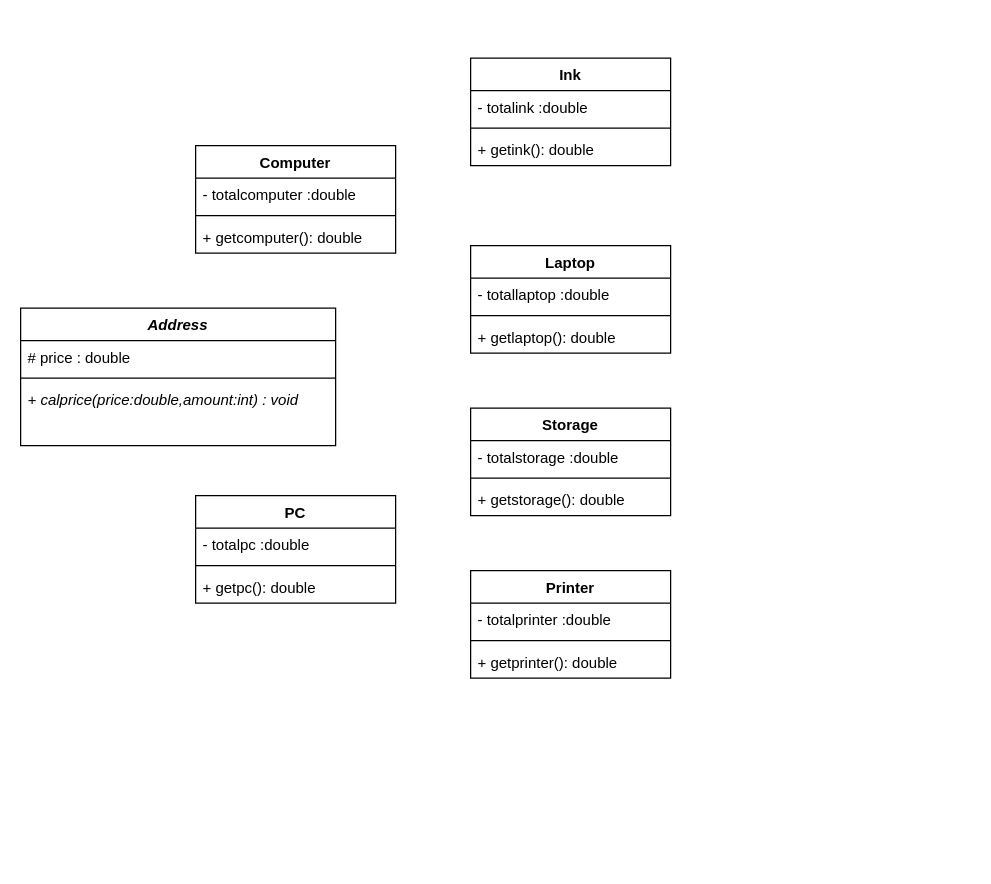
This is final2.drawio from Najmi540/Week2ClassDiagram, a draw.io file, before an edit. Source tidied: cells renumbered, new cells numbered last; positions are measured from the earlier drawing's top-left corner, leaving out a move shared by most shapes. Both pictures are drawn from the tidied source at 125%, with x=0, y=0 at pixel (20, 58).
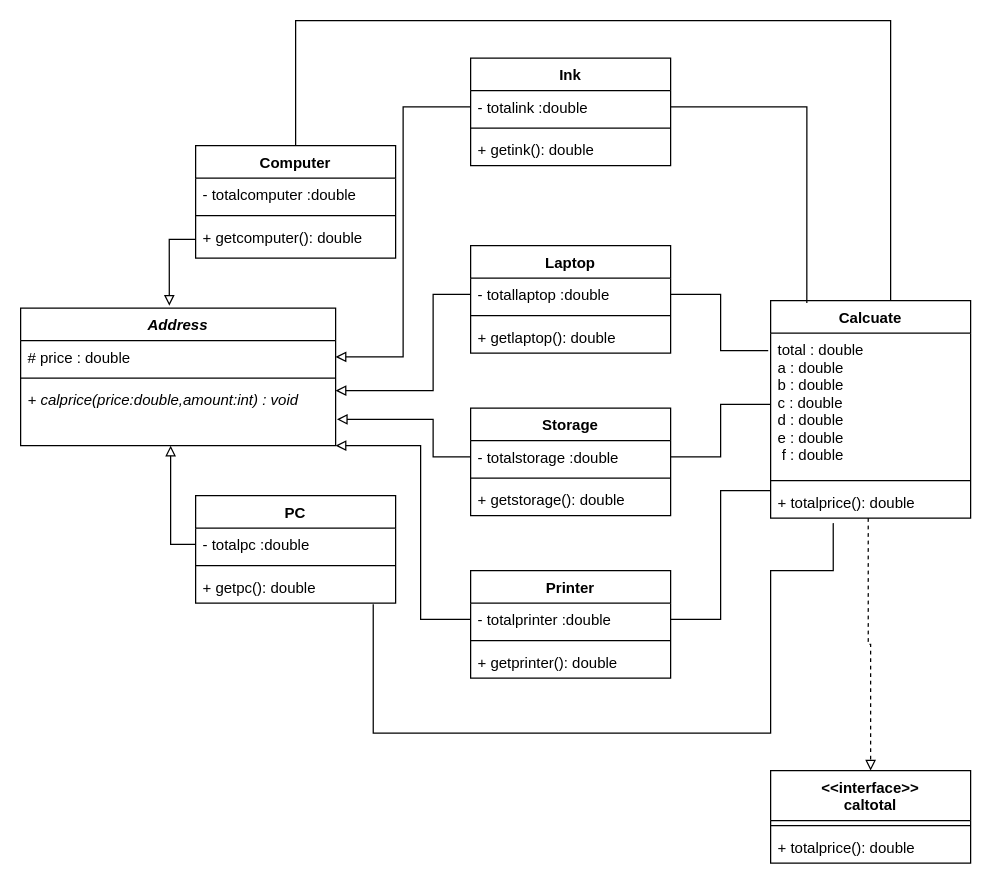
After the change.

Unchanged cells that the change refers to:
```xml
<mxCell id="2" value="Address" style="swimlane;fontStyle=3;align=center;verticalAlign=top;horizontal=1;startSize=26;rounded=0;shadow=0;strokeWidth=1;" parent="1" vertex="1">
  <mxGeometry y="200" width="252" height="110" as="geometry" />
</mxCell>
<mxCell id="3" value="# price : double" style="text;align=left;verticalAlign=top;spacingLeft=4;spacingRight=4;overflow=hidden;points=[[0,0.5],[1,0.5]];portConstraint=eastwest;" parent="2" vertex="1">
  <mxGeometry y="26" width="252" height="26" as="geometry" />
</mxCell>
<mxCell id="5" value="+ calprice(price:double,amount:int) : void" style="text;align=left;verticalAlign=top;spacingLeft=4;spacingRight=4;overflow=hidden;points=[[0,0.5],[1,0.5]];portConstraint=eastwest;fontStyle=2;" parent="2" vertex="1">
  <mxGeometry y="60" width="252" height="26" as="geometry" />
</mxCell>
<mxCell id="7" value="- totalstorage :double" style="text;strokeColor=none;fillColor=none;align=left;verticalAlign=top;spacingLeft=4;spacingRight=4;overflow=hidden;points=[[0,0.5],[1,0.5]];portConstraint=eastwest;" parent="6" vertex="1">
  <mxGeometry y="26" width="160" height="26" as="geometry" />
</mxCell>
<mxCell id="11" value="- totallaptop :double" style="text;strokeColor=none;fillColor=none;align=left;verticalAlign=top;spacingLeft=4;spacingRight=4;overflow=hidden;points=[[0,0.5],[1,0.5]];portConstraint=eastwest;" parent="10" vertex="1">
  <mxGeometry y="26" width="160" height="26" as="geometry" />
</mxCell>
<mxCell id="15" value="- totalprinter :double" style="text;strokeColor=none;fillColor=none;align=left;verticalAlign=top;spacingLeft=4;spacingRight=4;overflow=hidden;points=[[0,0.5],[1,0.5]];portConstraint=eastwest;" parent="14" vertex="1">
  <mxGeometry y="26" width="160" height="26" as="geometry" />
</mxCell>
<mxCell id="19" value="- totalink :double" style="text;strokeColor=none;fillColor=none;align=left;verticalAlign=top;spacingLeft=4;spacingRight=4;overflow=hidden;points=[[0,0.5],[1,0.5]];portConstraint=eastwest;" parent="18" vertex="1">
  <mxGeometry y="26" width="160" height="26" as="geometry" />
</mxCell>
<mxCell id="23" value="- totalpc :double" style="text;strokeColor=none;fillColor=none;align=left;verticalAlign=top;spacingLeft=4;spacingRight=4;overflow=hidden;points=[[0,0.5],[1,0.5]];portConstraint=eastwest;" parent="22" vertex="1">
  <mxGeometry y="26" width="160" height="26" as="geometry" />
</mxCell>
<mxCell id="25" value="+ getpc(): double" style="text;strokeColor=none;fillColor=none;align=left;verticalAlign=top;spacingLeft=4;spacingRight=4;overflow=hidden;points=[[0,0.5],[1,0.5]];portConstraint=eastwest;" parent="22" vertex="1">
  <mxGeometry y="60" width="160" height="26" as="geometry" />
</mxCell>
```

What changed in the source:
```diff
@@
+    <mxCell id="30" style="edgeStyle=orthogonalEdgeStyle;rounded=0;jettySize=auto;html=1;exitX=0.5;exitY=0;exitDx=0;exitDy=0;entryX=0.6;entryY=0.006;entryDx=0;entryDy=0;entryPerimeter=0;endArrow=none;endFill=0;" parent="1" edge="1" source="26" target="37">
+      <mxGeometry relative="1" as="geometry">
+        <Array as="points">
+          <mxPoint x="220" y="-30" />
+          <mxPoint x="696" y="-30" />
+        </Array>
+      </mxGeometry>
+    </mxCell>
     <mxCell id="26" value="Computer" style="swimlane;fontStyle=1;align=center;verticalAlign=top;horizontal=1;startSize=26;" parent="1" vertex="1">
-      <mxGeometry x="140" y="70" width="160" height="86" as="geometry" />
+      <mxGeometry x="140" y="70" width="160" height="90" as="geometry" />
     </mxCell>
@@
     <mxCell id="29" value="+ getcomputer(): double" style="text;strokeColor=none;fillColor=none;align=left;verticalAlign=top;spacingLeft=4;spacingRight=4;overflow=hidden;points=[[0,0.5],[1,0.5]];portConstraint=eastwest;" parent="26" vertex="1">
-      <mxGeometry y="60" width="160" height="26" as="geometry" />
+      <mxGeometry y="60" width="160" height="30" as="geometry" />
     </mxCell>
+    <mxCell id="31" style="edgeStyle=orthogonalEdgeStyle;rounded=0;jettySize=auto;html=1;exitX=0;exitY=0.5;exitDx=0;exitDy=0;entryX=0.472;entryY=-0.018;entryDx=0;entryDy=0;entryPerimeter=0;endArrow=block;endFill=0;" parent="1" edge="1" source="29" target="2">
+      <mxGeometry relative="1" as="geometry" />
+    </mxCell>
+    <mxCell id="32" style="edgeStyle=orthogonalEdgeStyle;rounded=0;jettySize=auto;html=1;exitX=0;exitY=0.5;exitDx=0;exitDy=0;endArrow=block;endFill=0;" parent="1" edge="1" source="23">
+      <mxGeometry relative="1" as="geometry">
+        <mxPoint x="120" y="310" as="targetPoint" />
+      </mxGeometry>
+    </mxCell>
+    <mxCell id="33" style="edgeStyle=orthogonalEdgeStyle;rounded=0;jettySize=auto;html=1;exitX=0;exitY=0.5;exitDx=0;exitDy=0;entryX=1;entryY=0.231;entryDx=0;entryDy=0;entryPerimeter=0;endArrow=block;endFill=0;" parent="1" edge="1" source="11" target="5">
+      <mxGeometry relative="1" as="geometry">
+        <Array as="points">
+          <mxPoint x="330" y="189" />
+          <mxPoint x="330" y="266" />
+        </Array>
+      </mxGeometry>
+    </mxCell>
+    <mxCell id="34" style="edgeStyle=orthogonalEdgeStyle;rounded=0;jettySize=auto;html=1;exitX=0;exitY=0.5;exitDx=0;exitDy=0;endArrow=block;endFill=0;" parent="1" edge="1" source="19" target="3">
+      <mxGeometry relative="1" as="geometry" />
+    </mxCell>
+    <mxCell id="35" style="edgeStyle=orthogonalEdgeStyle;rounded=0;jettySize=auto;html=1;exitX=0;exitY=0.5;exitDx=0;exitDy=0;entryX=1.004;entryY=1.115;entryDx=0;entryDy=0;entryPerimeter=0;endArrow=block;endFill=0;" parent="1" edge="1" source="7" target="5">
+      <mxGeometry relative="1" as="geometry">
+        <Array as="points">
+          <mxPoint x="330" y="319" />
+          <mxPoint x="330" y="289" />
+        </Array>
+      </mxGeometry>
+    </mxCell>
+    <mxCell id="36" style="edgeStyle=orthogonalEdgeStyle;rounded=0;jettySize=auto;html=1;exitX=0;exitY=0.5;exitDx=0;exitDy=0;entryX=1;entryY=1;entryDx=0;entryDy=0;endArrow=block;endFill=0;" parent="1" edge="1" source="15" target="2">
+      <mxGeometry relative="1" as="geometry">
+        <Array as="points">
+          <mxPoint x="320" y="449" />
+          <mxPoint x="320" y="310" />
+        </Array>
+      </mxGeometry>
+    </mxCell>
+    <mxCell id="37" value="Calcuate" style="swimlane;fontStyle=1;align=center;verticalAlign=top;horizontal=1;startSize=26;" parent="1" vertex="1">
+      <mxGeometry x="600" y="194" width="160" height="174" as="geometry" />
+    </mxCell>
+    <mxCell id="38" value="total : double&#10;a : double&#10;b : double&#10;c : double&#10;d : double&#10;e : double&#10; f : double" style="text;strokeColor=none;fillColor=none;align=left;verticalAlign=top;spacingLeft=4;spacingRight=4;overflow=hidden;points=[[0,0.5],[1,0.5]];portConstraint=eastwest;" parent="37" vertex="1">
+      <mxGeometry y="26" width="160" height="114" as="geometry" />
+    </mxCell>
+    <mxCell id="39" style="line;strokeWidth=1;fillColor=none;align=left;verticalAlign=middle;spacingTop=-1;spacingLeft=3;spacingRight=3;labelPosition=right;" parent="37" vertex="1">
+      <mxGeometry y="140" width="160" height="8" as="geometry" />
+    </mxCell>
+    <mxCell id="40" value="+ totalprice(): double" style="text;strokeColor=none;fillColor=none;align=left;verticalAlign=top;spacingLeft=4;spacingRight=4;overflow=hidden;points=[[0,0.5],[1,0.5]];portConstraint=eastwest;" parent="37" vertex="1">
+      <mxGeometry y="148" width="160" height="26" as="geometry" />
+    </mxCell>
+    <mxCell id="41" value="&lt;&lt;interface&gt;&gt;&#10;caltotal" style="swimlane;fontStyle=1;align=center;verticalAlign=top;horizontal=1;startSize=40;" parent="1" vertex="1">
+      <mxGeometry x="600" y="570" width="160" height="74" as="geometry" />
+    </mxCell>
+    <mxCell id="42" style="line;strokeWidth=1;fillColor=none;align=left;verticalAlign=middle;spacingTop=-1;spacingLeft=3;spacingRight=3;labelPosition=right;" parent="41" vertex="1">
+      <mxGeometry y="40" width="160" height="8" as="geometry" />
+    </mxCell>
+    <mxCell id="43" value="+ totalprice(): double" style="text;strokeColor=none;fillColor=none;align=left;verticalAlign=top;spacingLeft=4;spacingRight=4;overflow=hidden;" parent="41" vertex="1">
+      <mxGeometry y="48" width="160" height="26" as="geometry" />
+    </mxCell>
+    <mxCell id="44" style="edgeStyle=orthogonalEdgeStyle;rounded=0;jettySize=auto;html=1;exitX=0.488;exitY=1;exitDx=0;exitDy=0;entryX=0.5;entryY=0;entryDx=0;entryDy=0;endArrow=block;endFill=0;exitPerimeter=0;dashed=1;" parent="1" edge="1" source="40" target="41">
+      <mxGeometry relative="1" as="geometry" />
+    </mxCell>
+    <mxCell id="45" style="edgeStyle=orthogonalEdgeStyle;rounded=0;jettySize=auto;html=1;exitX=1;exitY=0.5;exitDx=0;exitDy=0;entryX=-0.012;entryY=0.123;entryDx=0;entryDy=0;entryPerimeter=0;endArrow=none;endFill=0;" parent="1" edge="1" source="11" target="38">
+      <mxGeometry relative="1" as="geometry" />
+    </mxCell>
+    <mxCell id="46" style="edgeStyle=orthogonalEdgeStyle;rounded=0;jettySize=auto;html=1;exitX=1;exitY=0.5;exitDx=0;exitDy=0;entryX=0;entryY=0.5;entryDx=0;entryDy=0;endArrow=none;endFill=0;" parent="1" edge="1" source="7" target="38">
+      <mxGeometry relative="1" as="geometry" />
+    </mxCell>
+    <mxCell id="47" style="edgeStyle=orthogonalEdgeStyle;rounded=0;jettySize=auto;html=1;exitX=1;exitY=0.5;exitDx=0;exitDy=0;entryX=0;entryY=0.154;entryDx=0;entryDy=0;entryPerimeter=0;endArrow=none;endFill=0;" parent="1" edge="1" source="15" target="40">
+      <mxGeometry relative="1" as="geometry" />
+    </mxCell>
+    <mxCell id="48" style="edgeStyle=orthogonalEdgeStyle;rounded=0;jettySize=auto;html=1;exitX=0.888;exitY=1.038;exitDx=0;exitDy=0;entryX=0.313;entryY=1.154;entryDx=0;entryDy=0;entryPerimeter=0;endArrow=none;endFill=0;exitPerimeter=0;" parent="1" edge="1" source="25" target="40">
+      <mxGeometry relative="1" as="geometry">
+        <Array as="points">
+          <mxPoint x="282" y="540" />
+          <mxPoint x="600" y="540" />
+          <mxPoint x="600" y="410" />
+          <mxPoint x="650" y="410" />
+        </Array>
+      </mxGeometry>
+    </mxCell>
+    <mxCell id="49" style="edgeStyle=orthogonalEdgeStyle;rounded=0;jettySize=auto;html=1;exitX=1;exitY=0.5;exitDx=0;exitDy=0;entryX=0.181;entryY=0.011;entryDx=0;entryDy=0;entryPerimeter=0;endArrow=none;endFill=0;" parent="1" edge="1" source="19" target="37">
+      <mxGeometry relative="1" as="geometry" />
+    </mxCell>
```
